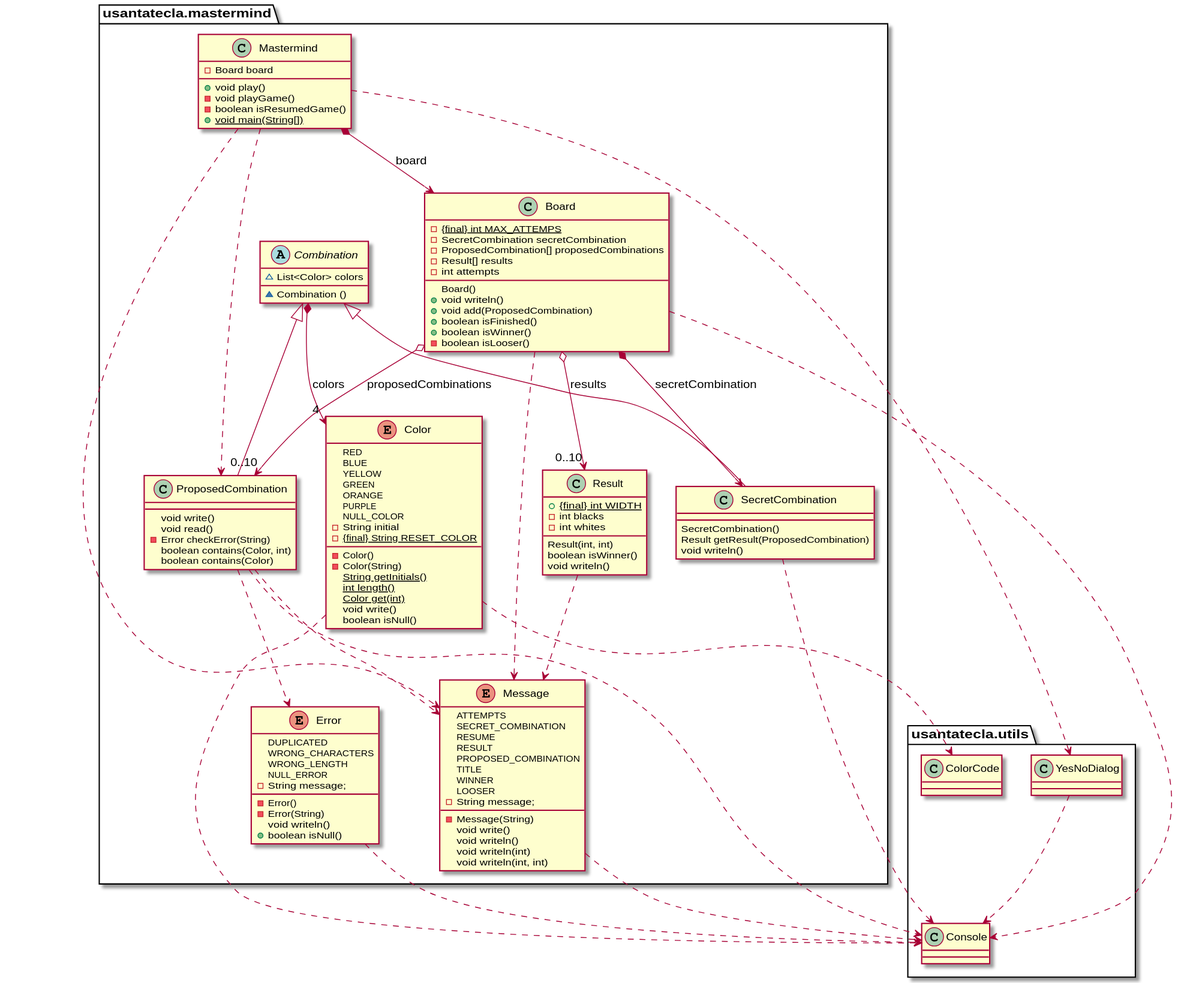
Before: domainModel/docs/diagrams/out/paquetes/mastermind.svg, a diagram exported from PlantUML (SantaTecla-mastermind/solution.java.swing.socket.sql).
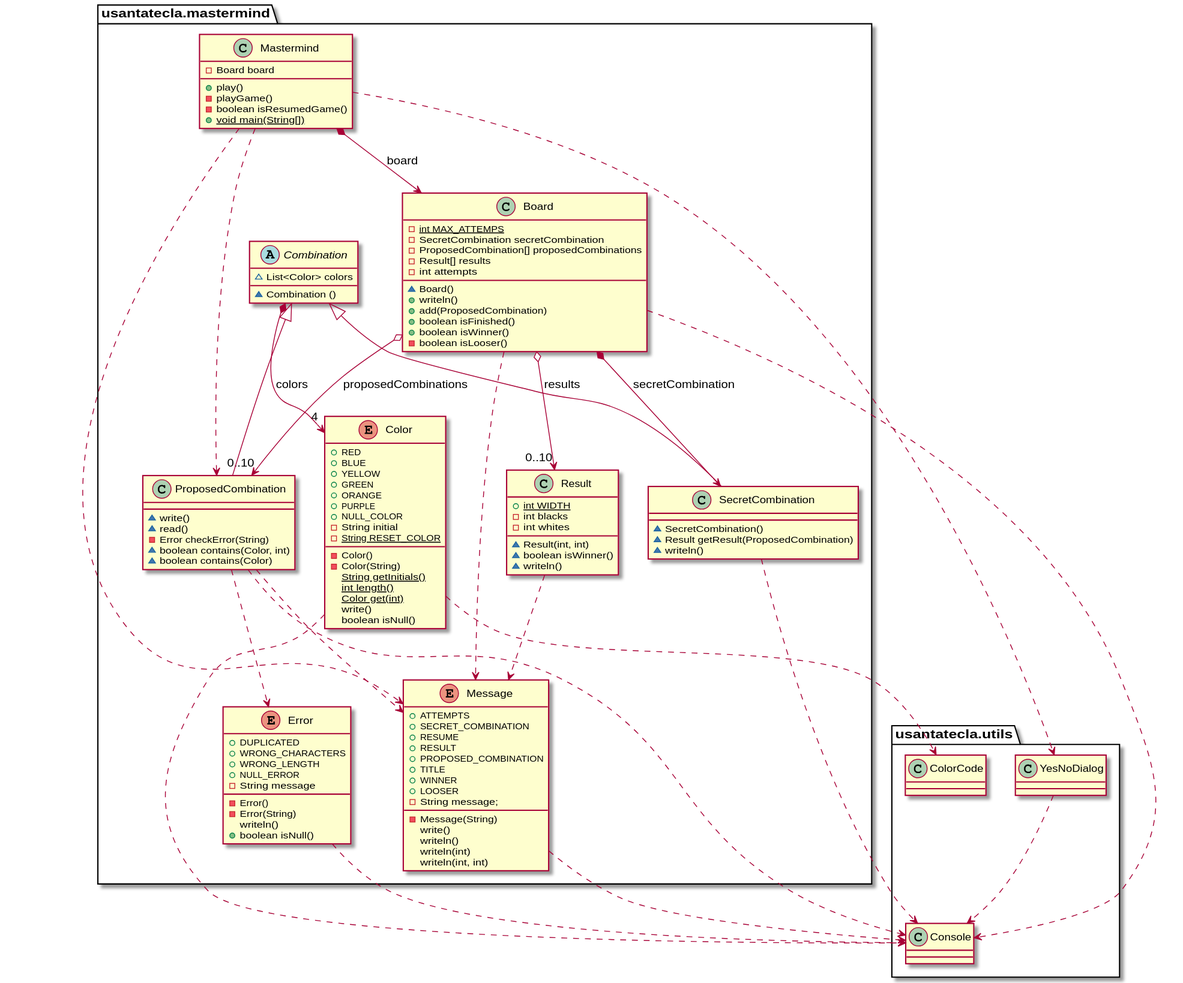
After the commit.

Commit message:
DomainModel diagrams updated

Diff of the diagram source:
```diff
@@ -2,23 +2,23 @@
 package usantatecla.mastermind {
 class Mastermind {
 	- Board board
-	+ void play()
-	- void playGame()
+	+ play()
+	- playGame()
 	- boolean isResumedGame()
 	+ {static} void main(String[])
 }
 
 
 class Board {
-  - {static} {final} int MAX_ATTEMPS
+  - {static} int MAX_ATTEMPS
   - SecretCombination secretCombination
   - ProposedCombination[] proposedCombinations
   - Result[] results
   - int attempts
-  Board()
-  + void writeln()
-  + void add(ProposedCombination)
-  +  boolean isFinished()
+  ~ Board()
+  + writeln()
+  + add(ProposedCombination)
+  + boolean isFinished()
   + boolean isWinner()
   - boolean isLooser()
 }
@@ -29,74 +29,74 @@
 }
 
 class SecretCombination {
-	SecretCombination()
-	Result getResult(ProposedCombination)
-	void writeln()
+	~ SecretCombination()
+	~ Result getResult(ProposedCombination)
+	~ writeln()
 }
 
 class ProposedCombination {
-	void write()
-	void read()
+	~write()
+	~read()
 	- Error checkError(String)
-	boolean contains(Color, int)
-	boolean contains(Color)
+	~ boolean contains(Color, int)
+	~ boolean contains(Color)
 }
 
 class Result{
-	+ {static} {final} int WIDTH
+	+ {static} int WIDTH
 	- int blacks
 	- int whites
-	Result(int, int)
-	boolean isWinner()
-	void writeln()
+	~ Result(int, int)
+	~ boolean isWinner()
+	~ writeln()
 }
 
 enum Color {
-	RED
-	BLUE
-	YELLOW
-	GREEN
-	ORANGE
-	PURPLE
-	NULL_COLOR
+	+ RED
+	+ BLUE
+	+ YELLOW
+	+ GREEN
+	+ ORANGE
+	+ PURPLE
+	+ NULL_COLOR
 	- String initial
-	- {static} {final} String RESET_COLOR
+	- {static} String RESET_COLOR
 	- Color()
 	- Color(String)
 	{static} String getInitials()
 	{static} int length()
 	{static} Color get(int)
-	void write()
+	write()
 	boolean isNull()
 }
 
 enum Error {
-	DUPLICATED
-	WRONG_CHARACTERS
-	WRONG_LENGTH
-	NULL_ERROR
-	- String message;
+	+ DUPLICATED
+	+ WRONG_CHARACTERS
+	+ WRONG_LENGTH
+	+ NULL_ERROR
+	- String message
 	- Error()
 	- Error(String)
-	void writeln()
+	writeln()
 	+ boolean isNull()
 }
 
 enum Message {
-	ATTEMPTS
-	SECRET_COMBINATION
-	RESUME
-	RESULT
-	PROPOSED_COMBINATION
-	TITLE
-	WINNER
-	LOOSER
+	+ ATTEMPTS
+	+ SECRET_COMBINATION
+	+ RESUME
+	+ RESULT
+	+ PROPOSED_COMBINATION
+	+ TITLE
+	+ WINNER
+	+ LOOSER
 	- String message;
 	- Message(String)
-	void write()
-	void writeln()
-	void writeln(int)
-	void writeln(int, int)
+	write()
+	writeln()
+	writeln(int)
+	writeln(int, int)
 }
 
 
```
